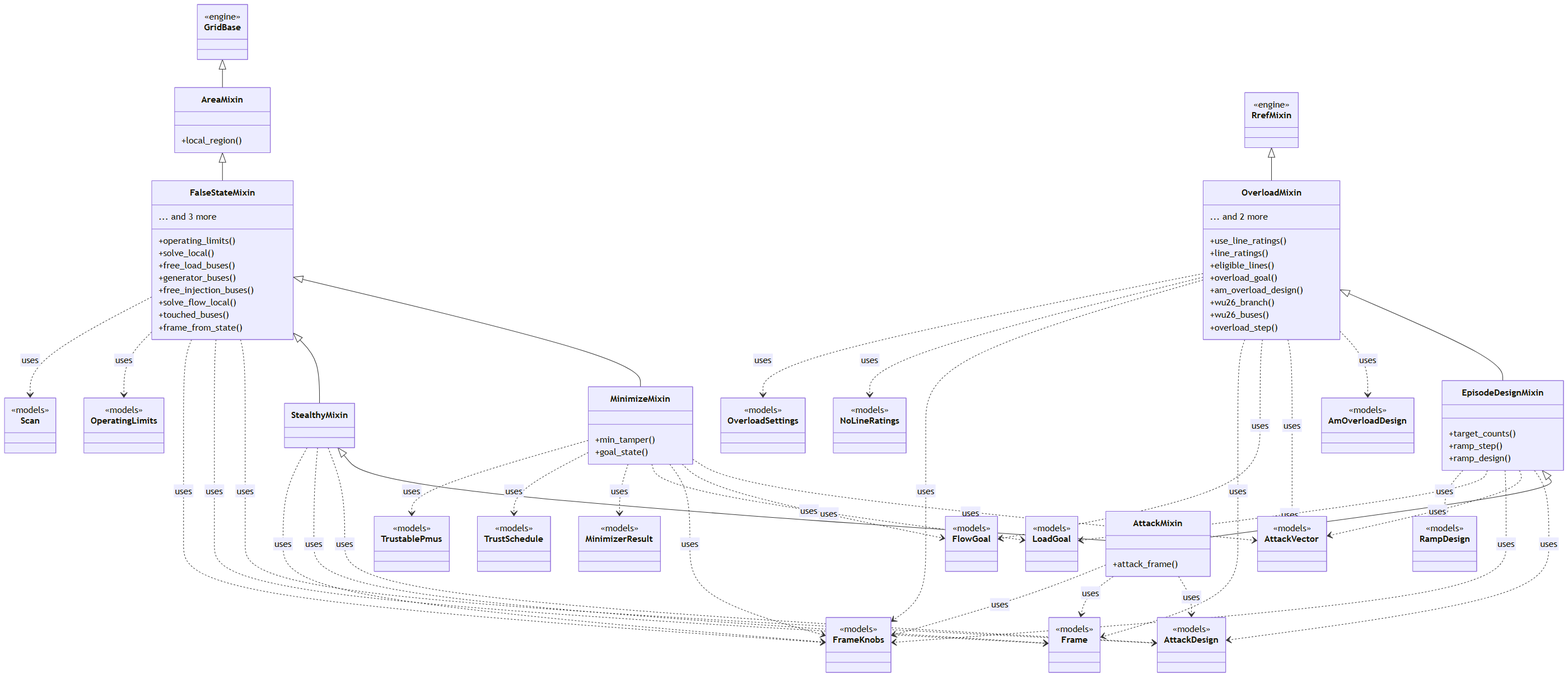
Before: docs/figures/diagrams/classes_attacks.png, a diagram exported from Mermaid (myersben9/fdia-graph). Its source is kept beside it as docs/figures/diagrams/classes_attacks.mmd.
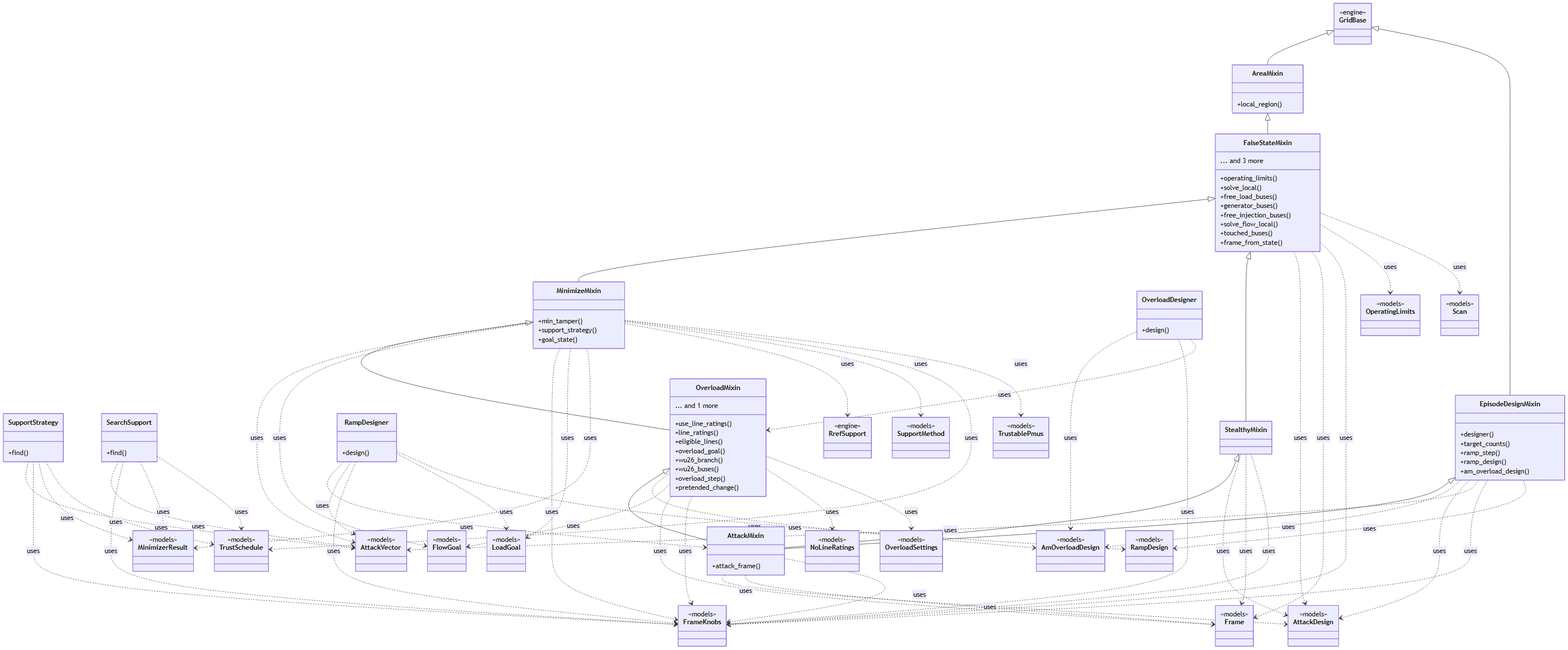
The same diagram one commit later.

The edit, as a diff of the source:
```diff
@@ -13,8 +13,15 @@
         +frame_from_state()
         ... and 3 more
     }
+    class SupportStrategy {
+        +find()
+    }
+    class SearchSupport {
+        +find()
+    }
     class MinimizeMixin {
         +min_tamper()
+        +support_strategy()
         +goal_state()
     }
     class OverloadMixin {
@@ -22,18 +29,26 @@
         +line_ratings()
         +eligible_lines()
         +overload_goal()
-        +am_overload_design()
         +wu26_branch()
         +wu26_buses()
         +overload_step()
-        ... and 2 more
+        +pretended_change()
+        ... and 1 more
     }
     class StealthyMixin {
     }
+    class RampDesigner {
+        +design()
+    }
+    class OverloadDesigner {
+        +design()
+    }
     class EpisodeDesignMixin {
+        +designer()
         +target_counts()
         +ramp_step()
         +ramp_design()
+        +am_overload_design()
     }
     class AttackMixin {
         +attack_frame()
@@ -77,10 +92,13 @@
     class RampDesign {
         <<models>>
     }
-    class RrefMixin {
+    class RrefSupport {
         <<engine>>
     }
     class Scan {
+        <<models>>
+    }
+    class SupportMethod {
         <<models>>
     }
     class TrustSchedule {
@@ -94,16 +112,17 @@
     FalseStateMixin <|-- MinimizeMixin
     FalseStateMixin <|-- StealthyMixin
     GridBase <|-- AreaMixin
-    OverloadMixin <|-- EpisodeDesignMixin
-    RrefMixin <|-- OverloadMixin
+    GridBase <|-- EpisodeDesignMixin
+    MinimizeMixin <|-- OverloadMixin
+    OverloadMixin <|-- AttackMixin
     StealthyMixin <|-- AttackMixin
     AttackMixin ..> AttackDesign : uses
     AttackMixin ..> Frame : uses
     AttackMixin ..> FrameKnobs : uses
+    EpisodeDesignMixin ..> AmOverloadDesign : uses
     EpisodeDesignMixin ..> AttackDesign : uses
     EpisodeDesignMixin ..> AttackVector : uses
     EpisodeDesignMixin ..> FrameKnobs : uses
-    EpisodeDesignMixin ..> LoadGoal : uses
     EpisodeDesignMixin ..> RampDesign : uses
     FalseStateMixin ..> AttackDesign : uses
     FalseStateMixin ..> Frame : uses
@@ -115,15 +134,32 @@
     MinimizeMixin ..> FrameKnobs : uses
     MinimizeMixin ..> LoadGoal : uses
     MinimizeMixin ..> MinimizerResult : uses
+    MinimizeMixin ..> RrefSupport : uses
+    MinimizeMixin ..> SupportMethod : uses
     MinimizeMixin ..> TrustSchedule : uses
     MinimizeMixin ..> TrustablePmus : uses
+    OverloadDesigner ..> AmOverloadDesign : uses
+    OverloadDesigner ..> FrameKnobs : uses
+    OverloadDesigner ..> OverloadMixin : uses
     OverloadMixin ..> AmOverloadDesign : uses
-    OverloadMixin ..> AttackVector : uses
     OverloadMixin ..> FlowGoal : uses
     OverloadMixin ..> Frame : uses
     OverloadMixin ..> FrameKnobs : uses
     OverloadMixin ..> NoLineRatings : uses
     OverloadMixin ..> OverloadSettings : uses
+    RampDesigner ..> AttackMixin : uses
+    RampDesigner ..> AttackVector : uses
+    RampDesigner ..> FrameKnobs : uses
+    RampDesigner ..> LoadGoal : uses
+    RampDesigner ..> RampDesign : uses
+    SearchSupport ..> AttackVector : uses
+    SearchSupport ..> FrameKnobs : uses
+    SearchSupport ..> MinimizerResult : uses
+    SearchSupport ..> TrustSchedule : uses
     StealthyMixin ..> AttackDesign : uses
     StealthyMixin ..> Frame : uses
     StealthyMixin ..> FrameKnobs : uses
+    SupportStrategy ..> AttackVector : uses
+    SupportStrategy ..> FrameKnobs : uses
+    SupportStrategy ..> MinimizerResult : uses
+    SupportStrategy ..> TrustSchedule : uses
```
